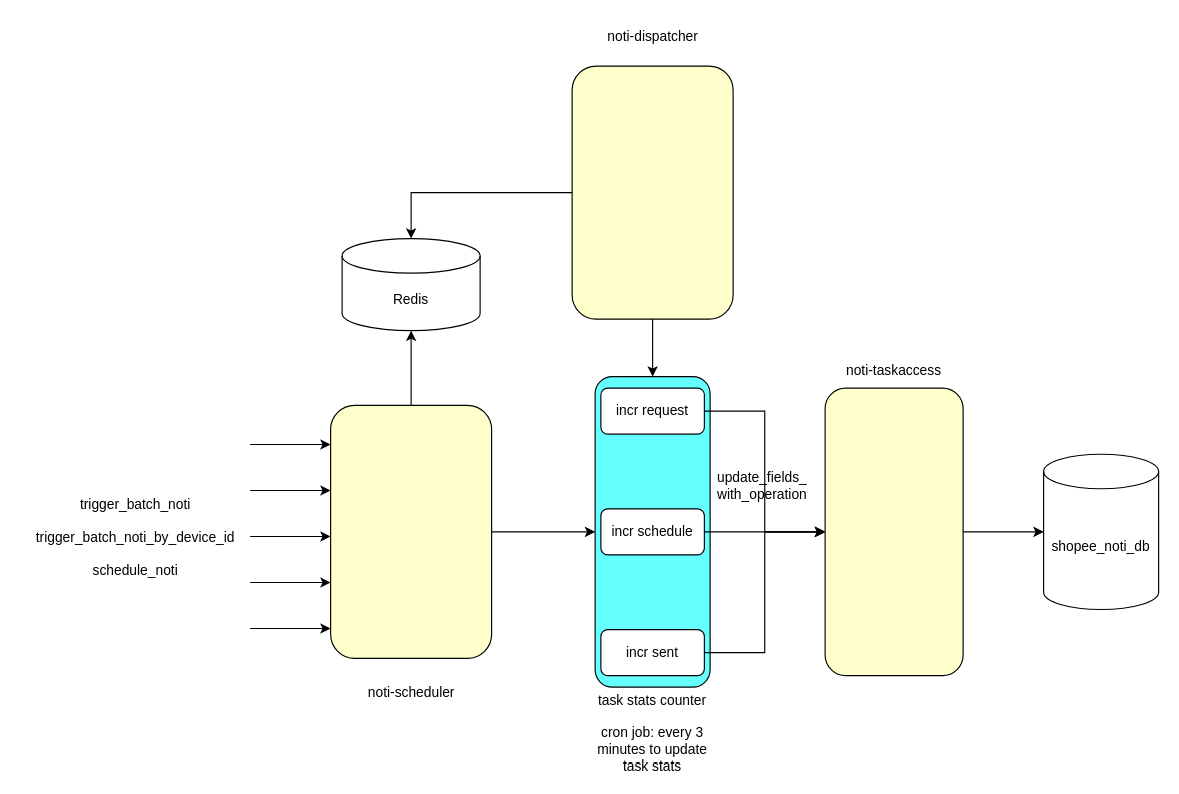
The draw.io diagram task stats work flow.drawio in zzw55486402/20200626, before the edit. Source tidied: cells renumbered, new cells numbered last; positions are measured from the earlier drawing's top-left corner, leaving out a move shared by most shapes. Both pictures are drawn from the tidied source at 115%, with x=0, y=0 at pixel (20, 20).
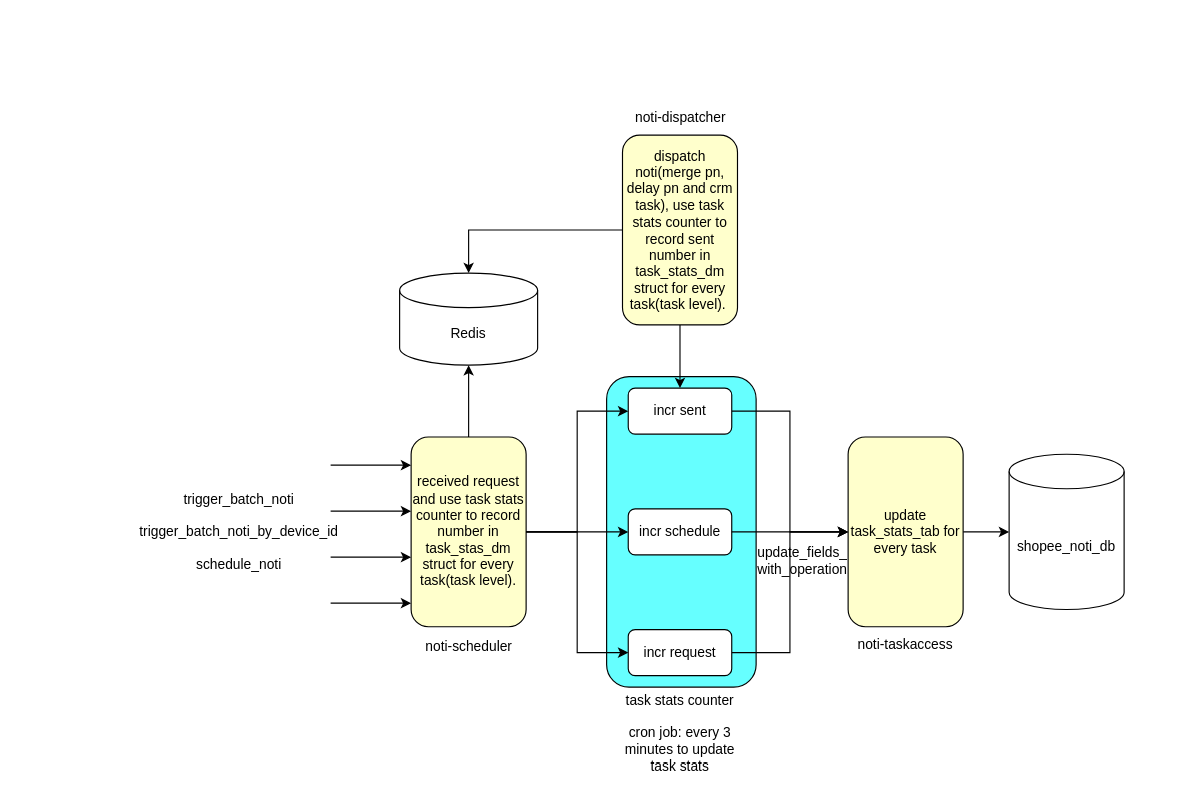
Above is the later version.

Diff of the diagram source:
```diff
@@
-    <mxCell id="2" style="rounded=1;whiteSpace=wrap;html=1;fillColor=#FFFFCC;" parent="1" vertex="1">
-      <mxGeometry x="270" y="335" width="140" height="220" as="geometry" />
+    <mxCell id="2" value="received request and use task stats counter to record number in task_stas_dm struct for every task(task level)." style="rounded=1;whiteSpace=wrap;html=1;fillColor=#FFFFCC;" parent="1" vertex="1">
+      <mxGeometry x="340" y="362.5" width="100" height="165" as="geometry" />
     </mxCell>
     <mxCell id="3" value="noti-scheduler" style="text;html=1;align=center;verticalAlign=middle;strokeColor=none;fillColor=none;" parent="1" vertex="1">
-      <mxGeometry x="290" y="570" width="100" height="30" as="geometry" />
+      <mxGeometry x="340" y="530" width="100" height="30" as="geometry" />
     </mxCell>
     <mxCell id="4" value="noti-dispatcher" style="text;html=1;align=center;verticalAlign=middle;strokeColor=none;fillColor=none;" parent="1" vertex="1">
-      <mxGeometry x="500" width="100" height="30" as="geometry" />
+      <mxGeometry x="523.8" y="70" width="100" height="30" as="geometry" />
     </mxCell>
-    <mxCell id="5" style="rounded=1;whiteSpace=wrap;html=1;fillColor=#FFFFCC;" parent="1" vertex="1">
-      <mxGeometry x="480" y="40" width="140" height="220" as="geometry" />
-    </mxCell>
-    <mxCell id="6" style="rounded=1;whiteSpace=wrap;html=1;fillColor=#FFFFCC;" parent="1" vertex="1">
-      <mxGeometry x="700" y="320" width="120" height="250" as="geometry" />
-    </mxCell>
     <mxCell id="7" value="noti-taskaccess" style="text;html=1;strokeColor=none;fillColor=none;align=center;verticalAlign=middle;whiteSpace=wrap;rounded=0;" parent="1" vertex="1">
-      <mxGeometry x="715" y="290" width="90" height="30" as="geometry" />
+      <mxGeometry x="725" y="527.5" width="90" height="30" as="geometry" />
     </mxCell>
     <mxCell id="8" value="shopee_noti_db" style="shape=cylinder3;whiteSpace=wrap;html=1;boundedLbl=1;backgroundOutline=1;size=15;" parent="1" vertex="1">
-      <mxGeometry x="890" y="377.5" width="100" height="135" as="geometry" />
+      <mxGeometry x="860" y="377.5" width="100" height="135" as="geometry" />
     </mxCell>
-    <mxCell id="9" style="endArrow=classic;html=1;rounded=0;entryX=0;entryY=0.5;entryDx=0;entryDy=0;entryPerimeter=0;exitX=1;exitY=0.5;exitDx=0;exitDy=0;" parent="1" edge="1" source="6" target="8">
+    <mxCell id="9" style="endArrow=classic;html=1;rounded=0;entryX=0;entryY=0.5;entryDx=0;entryDy=0;entryPerimeter=0;exitX=1;exitY=0.5;exitDx=0;exitDy=0;" parent="1" edge="1" source="32" target="8">
       <mxGeometry relative="1" as="geometry" />
     </mxCell>
     <mxCell id="10" style="endArrow=classic;html=1;rounded=0;" parent="1" edge="1">
       <mxGeometry relative="1" as="geometry">
-        <mxPoint x="200" y="449" as="sourcePoint" />
-        <mxPoint x="270" y="449" as="targetPoint" />
+        <mxPoint x="270" y="467" as="sourcePoint" />
+        <mxPoint x="340" y="467" as="targetPoint" />
       </mxGeometry>
     </mxCell>
-    <mxCell id="11" style="endArrow=classic;html=1;rounded=0;" parent="1" edge="1">
-      <mxGeometry relative="1" as="geometry">
-        <mxPoint x="200" y="529" as="sourcePoint" />
-        <mxPoint x="270" y="529" as="targetPoint" />
-      </mxGeometry>
-    </mxCell>
     <mxCell id="12" style="endArrow=classic;html=1;rounded=0;" parent="1" edge="1">
       <mxGeometry relative="1" as="geometry">
-        <mxPoint x="200" y="489" as="sourcePoint" />
-        <mxPoint x="270" y="489" as="targetPoint" />
+        <mxPoint x="270" y="507" as="sourcePoint" />
+        <mxPoint x="340" y="507" as="targetPoint" />
       </mxGeometry>
     </mxCell>
     <mxCell id="13" style="endArrow=classic;html=1;rounded=0;" parent="1" edge="1">
       <mxGeometry relative="1" as="geometry">
-        <mxPoint x="200" y="369" as="sourcePoint" />
-        <mxPoint x="270" y="369" as="targetPoint" />
+        <mxPoint x="270" y="387" as="sourcePoint" />
+        <mxPoint x="340" y="387" as="targetPoint" />
       </mxGeometry>
     </mxCell>
     <mxCell id="14" style="endArrow=classic;html=1;rounded=0;" parent="1" edge="1">
       <mxGeometry relative="1" as="geometry">
-        <mxPoint x="200" y="409" as="sourcePoint" />
-        <mxPoint x="270" y="409" as="targetPoint" />
+        <mxPoint x="270" y="427" as="sourcePoint" />
+        <mxPoint x="340" y="427" as="targetPoint" />
       </mxGeometry>
     </mxCell>
     <mxCell id="15" value="trigger_batch_noti&lt;br&gt;&lt;br&gt;trigger_batch_noti_by_device_id&lt;br&gt;&lt;br&gt;schedule_noti" style="text;html=1;align=center;verticalAlign=middle;strokeColor=none;fillColor=none;" parent="1" vertex="1">
-      <mxGeometry y="404.5" width="200" height="90" as="geometry" />
+      <mxGeometry x="90" y="400" width="200" height="90" as="geometry" />
     </mxCell>
     <mxCell id="16" style="rounded=1;whiteSpace=wrap;html=1;fillColor=#66FFFF;" parent="1" vertex="1">
-      <mxGeometry x="500" y="310" width="100" height="270" as="geometry" />
+      <mxGeometry x="510" y="310" width="130" height="270" as="geometry" />
     </mxCell>
     <mxCell id="17" value="task stats counter&lt;br&gt;&lt;br&gt;cron job: every 3 minutes to update task stats" style="text;html=1;strokeColor=none;fillColor=none;align=center;verticalAlign=middle;whiteSpace=wrap;rounded=0;" parent="1" vertex="1">
-      <mxGeometry x="496.2" y="590" width="107.5" height="60" as="geometry" />
+      <mxGeometry x="520" y="590" width="107.5" height="60" as="geometry" />
     </mxCell>
     <mxCell id="18" value="update_fields_&lt;br&gt;with_operation" style="text;html=1;align=center;verticalAlign=middle;strokeColor=none;fillColor=none;" parent="1" vertex="1">
-      <mxGeometry x="595" y="385" width="100" height="40" as="geometry" />
+      <mxGeometry x="630" y="450" width="100" height="40" as="geometry" />
     </mxCell>
-    <mxCell id="19" style="endArrow=classic;html=1;rounded=0;exitX=1;exitY=0.5;exitDx=0;exitDy=0;entryX=0;entryY=0.5;entryDx=0;entryDy=0;" parent="1" edge="1" source="2" target="16">
-      <mxGeometry relative="1" as="geometry" />
-    </mxCell>
-    <mxCell id="20" style="edgeStyle=orthogonalEdgeStyle;rounded=0;jettySize=auto;html=1;exitX=1;exitY=0.5;exitDx=0;exitDy=0;entryX=0;entryY=0.5;entryDx=0;entryDy=0;" parent="1" edge="1" source="21" target="6">
+    <mxCell id="20" style="edgeStyle=orthogonalEdgeStyle;rounded=0;jettySize=auto;html=1;exitX=1;exitY=0.5;exitDx=0;exitDy=0;entryX=0;entryY=0.5;entryDx=0;entryDy=0;" parent="1" edge="1" source="21" target="32">
       <mxGeometry relative="1" as="geometry" />
     </mxCell>
-    <mxCell id="21" value="incr request" style="rounded=1;whiteSpace=wrap;html=1;" parent="1" vertex="1">
-      <mxGeometry x="505" y="320" width="90" height="40" as="geometry" />
+    <mxCell id="21" value="incr sent" style="rounded=1;whiteSpace=wrap;html=1;" parent="1" vertex="1">
+      <mxGeometry x="528.8" y="320" width="90" height="40" as="geometry" />
     </mxCell>
-    <mxCell id="22" style="endArrow=classic;html=1;rounded=0;exitX=0.5;exitY=1;exitDx=0;exitDy=0;" parent="1" edge="1" source="5" target="16">
-      <mxGeometry relative="1" as="geometry" />
-    </mxCell>
     <mxCell id="23" value="incr schedule" style="rounded=1;whiteSpace=wrap;html=1;" parent="1" vertex="1">
-      <mxGeometry x="505" y="425" width="90" height="40" as="geometry" />
+      <mxGeometry x="528.8" y="425" width="90" height="40" as="geometry" />
     </mxCell>
-    <mxCell id="24" style="edgeStyle=orthogonalEdgeStyle;rounded=0;jettySize=auto;html=1;exitX=1;exitY=0.5;exitDx=0;exitDy=0;entryX=0;entryY=0.5;entryDx=0;entryDy=0;" parent="1" edge="1" source="25" target="6">
+    <mxCell id="24" style="edgeStyle=orthogonalEdgeStyle;rounded=0;jettySize=auto;html=1;exitX=1;exitY=0.5;exitDx=0;exitDy=0;entryX=0;entryY=0.5;entryDx=0;entryDy=0;" parent="1" edge="1" source="25" target="32">
       <mxGeometry relative="1" as="geometry" />
     </mxCell>
-    <mxCell id="25" value="incr sent" style="rounded=1;whiteSpace=wrap;html=1;" parent="1" vertex="1">
-      <mxGeometry x="505" y="530" width="90" height="40" as="geometry" />
+    <mxCell id="25" value="incr request" style="rounded=1;whiteSpace=wrap;html=1;" parent="1" vertex="1">
+      <mxGeometry x="528.8" y="530" width="90" height="40" as="geometry" />
     </mxCell>
-    <mxCell id="26" style="endArrow=classic;html=1;rounded=0;exitX=1;exitY=0.5;exitDx=0;exitDy=0;entryX=0;entryY=0.5;entryDx=0;entryDy=0;" parent="1" edge="1" source="23" target="6">
+    <mxCell id="26" style="endArrow=classic;html=1;rounded=0;exitX=1;exitY=0.5;exitDx=0;exitDy=0;entryX=0;entryY=0.5;entryDx=0;entryDy=0;" parent="1" edge="1" source="23" target="32">
       <mxGeometry relative="1" as="geometry" />
     </mxCell>
     <mxCell id="27" value="Redis" style="shape=cylinder3;whiteSpace=wrap;html=1;boundedLbl=1;backgroundOutline=1;size=15;" parent="1" vertex="1">
-      <mxGeometry x="280" y="190" width="120" height="80" as="geometry" />
+      <mxGeometry x="330" y="220" width="120" height="80" as="geometry" />
     </mxCell>
@@
-    <mxCell id="29" style="edgeStyle=orthogonalEdgeStyle;rounded=0;jettySize=auto;html=1;exitX=0;exitY=0.5;exitDx=0;exitDy=0;entryX=0.5;entryY=0;entryDx=0;entryDy=0;entryPerimeter=0;" parent="1" edge="1" source="5" target="27">
+    <mxCell id="29" style="edgeStyle=orthogonalEdgeStyle;rounded=0;jettySize=auto;html=1;exitX=0;exitY=0.5;exitDx=0;exitDy=0;entryX=0.5;entryY=0;entryDx=0;entryDy=0;entryPerimeter=0;" parent="1" edge="1" source="31" target="27">
       <mxGeometry relative="1" as="geometry" />
     </mxCell>
+    <mxCell id="30" style="edgeStyle=orthogonalEdgeStyle;rounded=0;jettySize=auto;html=1;exitX=0.5;exitY=1;exitDx=0;exitDy=0;" parent="1" edge="1" source="31" target="21">
+      <mxGeometry relative="1" as="geometry" />
+    </mxCell>
+    <mxCell id="31" value="dispatch noti(merge pn, delay pn and crm task), use task stats counter to record sent number in task_stats_dm struct for every task(task level).&amp;nbsp;" style="rounded=1;whiteSpace=wrap;html=1;fillColor=#FFFFCC;" parent="1" vertex="1">
+      <mxGeometry x="523.8" y="100" width="100" height="165" as="geometry" />
+    </mxCell>
+    <mxCell id="32" value="update task_stats_tab for every task" style="rounded=1;whiteSpace=wrap;html=1;fillColor=#FFFFCC;" parent="1" vertex="1">
+      <mxGeometry x="720" y="362.5" width="100" height="165" as="geometry" />
+    </mxCell>
+    <mxCell id="33" style="edgeStyle=orthogonalEdgeStyle;rounded=0;jettySize=auto;html=1;exitX=1;exitY=0.5;exitDx=0;exitDy=0;entryX=0;entryY=0.5;entryDx=0;entryDy=0;" parent="1" edge="1" source="2" target="21">
+      <mxGeometry relative="1" as="geometry" />
+    </mxCell>
+    <mxCell id="34" style="edgeStyle=orthogonalEdgeStyle;rounded=0;jettySize=auto;html=1;exitX=1;exitY=0.5;exitDx=0;exitDy=0;entryX=0;entryY=0.5;entryDx=0;entryDy=0;" parent="1" edge="1" source="2" target="25">
+      <mxGeometry relative="1" as="geometry" />
+    </mxCell>
+    <mxCell id="35" style="edgeStyle=orthogonalEdgeStyle;rounded=0;jettySize=auto;html=1;exitX=1;exitY=0.5;exitDx=0;exitDy=0;entryX=0;entryY=0.5;entryDx=0;entryDy=0;" parent="1" edge="1" source="2" target="23">
+      <mxGeometry relative="1" as="geometry" />
+    </mxCell>
```
